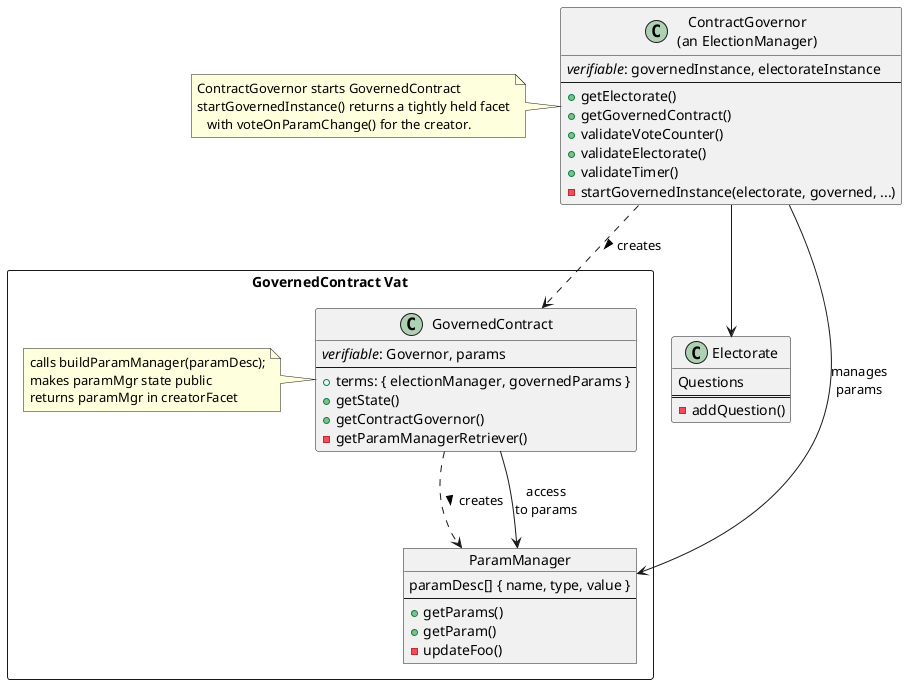
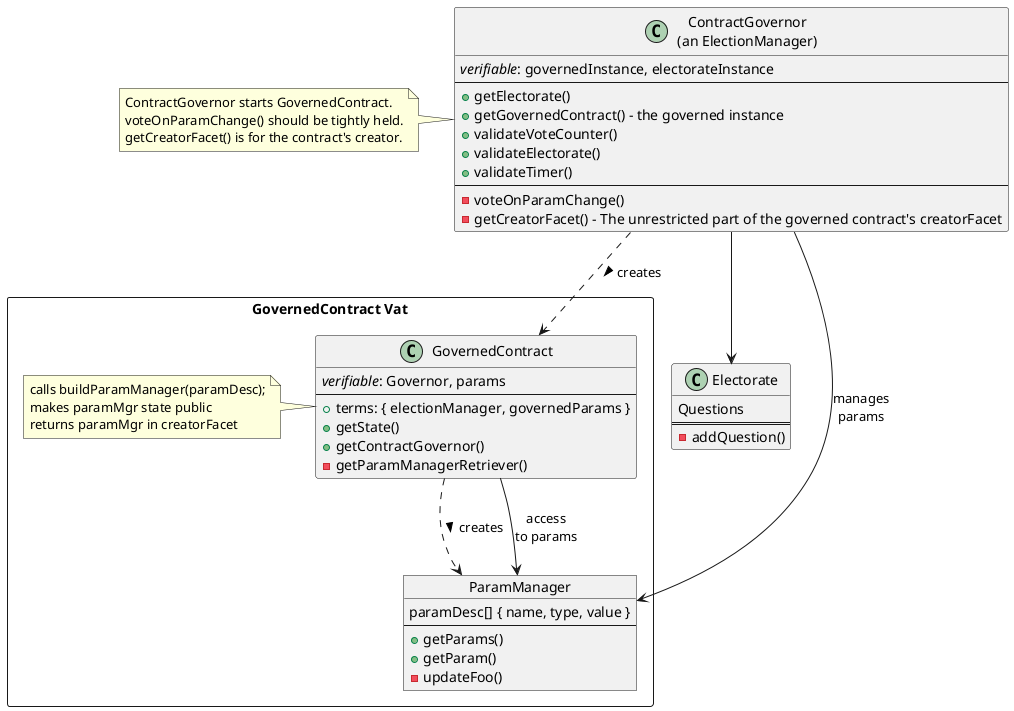
@startuml contractGovernance

package "GovernedContract Vat" <<Rectangle>>  {
    Object ParamManager {
        paramDesc[] { name, type, value }
        --
        +getParams()
        +getParam()
        -updateFoo()
    }

    class GovernedContract {
        <i>verifiable</i>: Governor, params
        --
        +terms: { electionManager, governedParams }
        +getState()
        +getContractGovernor()
        -getParamManagerRetriever()
    }
    note  left : calls buildParamManager(paramDesc);\nmakes paramMgr state public\nreturns paramMgr in creatorFacet
}

class "ContractGovernor\n(an ElectionManager)" as ContractGovernor {
    <i>verifiable</i>: governedInstance, electorateInstance
    --
    +getElectorate()
-     +getGovernedContract()
+     +getGovernedContract() - the governed instance
    +validateVoteCounter()
    +validateElectorate()
    +validateTimer()
-     -startGovernedInstance(electorate, governed, ...)
+     --
+     -voteOnParamChange()
+     -getCreatorFacet() - The unrestricted part of the governed contract's creatorFacet
}
- note left : ContractGovernor starts GovernedContract\nstartGovernedInstance() returns a tightly held facet\n   with voteOnParamChange() for the creator.
+ note left : ContractGovernor starts GovernedContract.\nvoteOnParamChange() should be tightly held.\ngetCreatorFacet() is for the contract's creator.

class Electorate {
    Questions
    ===
    -addQuestion()
}

GovernedContract ..> ParamManager : creates >
GovernedContract --> ParamManager : access\nto params
ContractGovernor ..> GovernedContract : creates >
ContractGovernor --> Electorate
ContractGovernor ==> ParamManager : manages\nparams

@enduml
